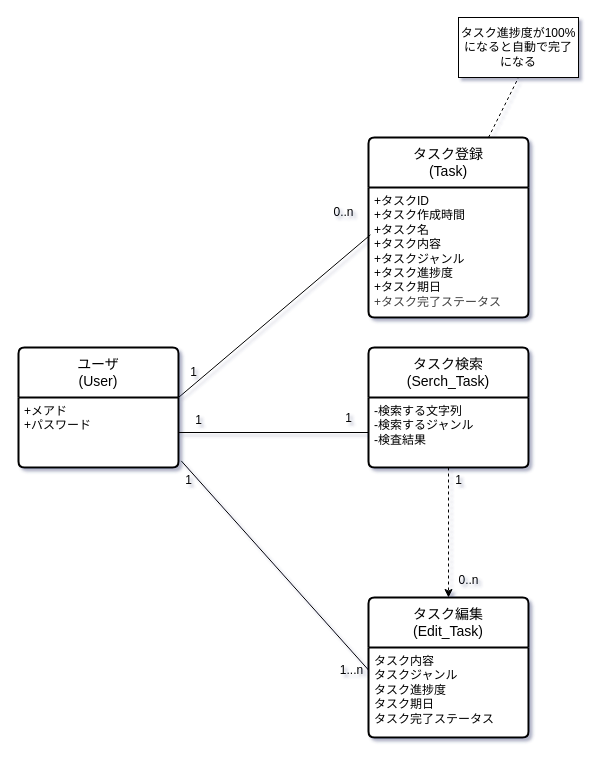
Earlier version of the draw.io diagram DDD図/3-1 ドメインモデル図(クラスになる).drawio (OMOCHInoHOSHI/2025-ToDoapp). Source tidied: cells renumbered, new cells numbered last; positions are measured from the earlier drawing's top-left corner, leaving out a move shared by most shapes. Both pictures are drawn from the tidied source at 100%, with x=0, y=0 at pixel (18, 17).
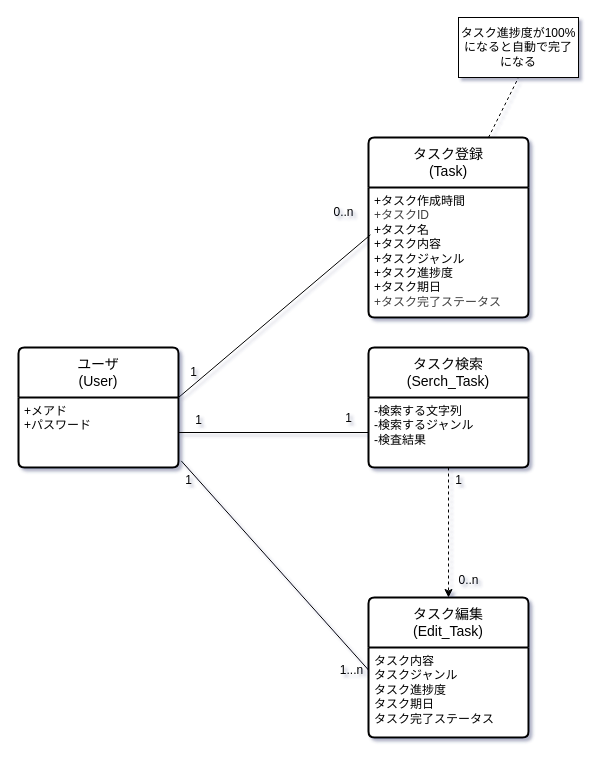
The same page after the edit.

Commit message (it also covers changes not shown here):
タスク作成定義

The change refers to these unchanged cells:
```xml
<mxCell id="2" value="タスク登録&lt;br&gt;(Task)" style="swimlane;horizontal=1;startSize=50;rounded=1;fontSize=14;fontStyle=0;strokeWidth=2;shadow=0;dashed=0;align=center;arcSize=4;whiteSpace=wrap;html=1;swimlaneFillColor=default;" parent="1" vertex="1">
  <mxGeometry x="350" y="120" width="160" height="180" as="geometry" />
</mxCell>
```

What changed in the source:
```diff
@@
-    <mxCell id="3" value="&lt;div&gt;+タスクID&lt;/div&gt;&lt;div&gt;+タスク作成時間&lt;/div&gt;+タスク名&lt;div&gt;+タスク内容&lt;/div&gt;&lt;div&gt;+タスクジャンル&lt;/div&gt;&lt;div&gt;+タスク進捗度&lt;/div&gt;&lt;div&gt;+タスク期日&lt;/div&gt;&lt;div&gt;&lt;span style=&quot;color: rgb(63, 63, 63);&quot;&gt;+タスク完了ステータス&lt;/span&gt;&lt;/div&gt;" style="align=left;strokeColor=none;fillColor=none;spacingLeft=4;fontSize=12;verticalAlign=top;html=1;" parent="2" vertex="1">
+    <mxCell id="3" value="&lt;div&gt;&lt;span style=&quot;background-color: transparent;&quot;&gt;+タスク作成時間&lt;/span&gt;&lt;/div&gt;&lt;div&gt;&lt;span style=&quot;color: rgb(63, 63, 63);&quot;&gt;+タスクID&lt;/span&gt;&lt;span style=&quot;background-color: transparent;&quot;&gt;&lt;/span&gt;&lt;/div&gt;+タスク名&lt;div&gt;+タスク内容&lt;/div&gt;&lt;div&gt;+タスクジャンル&lt;/div&gt;&lt;div&gt;+タスク進捗度&lt;/div&gt;&lt;div&gt;+タスク期日&lt;/div&gt;&lt;div&gt;&lt;span style=&quot;color: rgb(63, 63, 63);&quot;&gt;+タスク完了ステータス&lt;/span&gt;&lt;/div&gt;" style="align=left;strokeColor=none;fillColor=none;spacingLeft=4;fontSize=12;verticalAlign=top;html=1;" parent="2" vertex="1">
       <mxGeometry y="50" width="160" height="130" as="geometry" />
     </mxCell>
```
